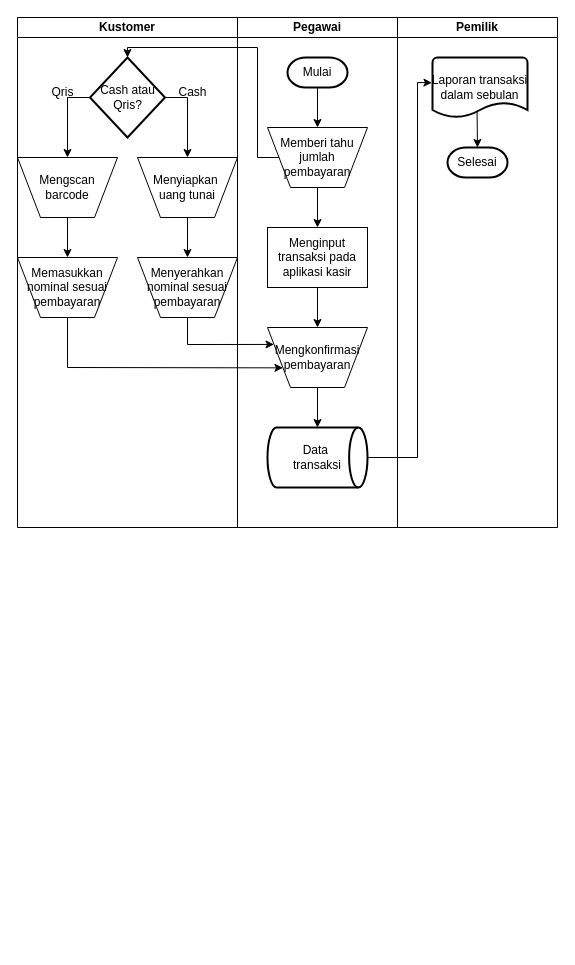
Before: Sistem Flow Barbershop[.drawio in yogadwipayana/ERD, a draw.io diagram. Source tidied: cells renumbered, new cells numbered last; positions are measured from the earlier drawing's top-left corner, leaving out a move shared by most shapes. Both pictures are drawn from the tidied source at 100%, with x=0, y=0 at pixel (17, 17).
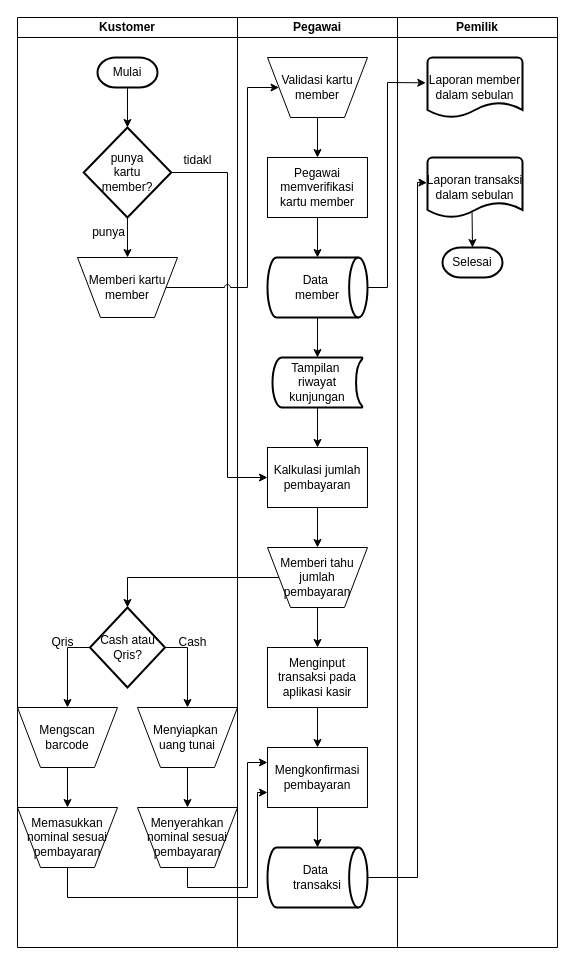
The same page after the edit.

What changed in the source:
```diff
@@
     <mxCell id="2" value="Kustomer" style="swimlane;startSize=20;whiteSpace=wrap;html=1;" parent="1" vertex="1">
-      <mxGeometry width="220" height="510" as="geometry" />
+      <mxGeometry width="220" height="930" as="geometry" />
     </mxCell>
+    <mxCell id="32" value="punya&lt;div&gt;kartu&lt;/div&gt;&lt;div&gt;member?&lt;/div&gt;" style="strokeWidth=2;html=1;shape=mxgraph.flowchart.decision;whiteSpace=wrap;" parent="2" vertex="1">
+      <mxGeometry x="66.2" y="110" width="87.5" height="90" as="geometry" />
+    </mxCell>
+    <mxCell id="15" value="Mulai" style="strokeWidth=2;html=1;shape=mxgraph.flowchart.terminator;whiteSpace=wrap;" parent="2" vertex="1">
+      <mxGeometry x="80" y="40" width="60" height="30" as="geometry" />
+    </mxCell>
+    <mxCell id="33" style="endArrow=classic;html=1;rounded=0;exitX=0.5;exitY=1;exitDx=0;exitDy=0;exitPerimeter=0;entryX=0.5;entryY=0;entryDx=0;entryDy=0;entryPerimeter=0;" parent="2" edge="1" source="15" target="32">
+      <mxGeometry relative="1" as="geometry" />
+    </mxCell>
+    <mxCell id="34" value="Memberi kartu member" style="verticalLabelPosition=middle;verticalAlign=middle;html=1;shape=trapezoid;perimeter=trapezoidPerimeter;whiteSpace=wrap;size=0.23;arcSize=10;flipV=1;labelPosition=center;align=center;" parent="2" vertex="1">
+      <mxGeometry x="60" y="240" width="100" height="60" as="geometry" />
+    </mxCell>
+    <mxCell id="35" style="endArrow=classic;html=1;rounded=0;entryX=0.5;entryY=0;entryDx=0;entryDy=0;exitX=0.5;exitY=1;exitDx=0;exitDy=0;exitPerimeter=0;" parent="2" edge="1" source="32" target="34">
+      <mxGeometry relative="1" as="geometry" />
+    </mxCell>
+    <mxCell id="36" value="punya" style="text;html=1;align=center;verticalAlign=middle;strokeColor=none;fillColor=none;" parent="2" vertex="1">
+      <mxGeometry x="61.2" y="200" width="60" height="30" as="geometry" />
+    </mxCell>
     <mxCell id="3" value="Cash atau&lt;div&gt;Qris?&lt;/div&gt;" style="strokeWidth=2;html=1;shape=mxgraph.flowchart.decision;whiteSpace=wrap;" parent="2" vertex="1">
-      <mxGeometry x="72.5" y="40" width="75" height="80" as="geometry" />
+      <mxGeometry x="72.5" y="590" width="75" height="80" as="geometry" />
     </mxCell>
     <mxCell id="4" value="Mengscan&lt;div&gt;barcode&lt;/div&gt;" style="verticalLabelPosition=middle;verticalAlign=middle;html=1;shape=trapezoid;perimeter=trapezoidPerimeter;whiteSpace=wrap;size=0.23;arcSize=10;flipV=1;labelPosition=center;align=center;" parent="2" vertex="1">
-      <mxGeometry y="140" width="100" height="60" as="geometry" />
+      <mxGeometry y="690" width="100" height="60" as="geometry" />
     </mxCell>
     <mxCell id="5" value="Menyiapkan&amp;nbsp;&lt;div&gt;uang tunai&lt;/div&gt;" style="verticalLabelPosition=middle;verticalAlign=middle;html=1;shape=trapezoid;perimeter=trapezoidPerimeter;whiteSpace=wrap;size=0.23;arcSize=10;flipV=1;labelPosition=center;align=center;" parent="2" vertex="1">
-      <mxGeometry x="120" y="140" width="100" height="60" as="geometry" />
+      <mxGeometry x="120" y="690" width="100" height="60" as="geometry" />
     </mxCell>
     <mxCell id="6" style="endArrow=classic;html=1;rounded=0;exitX=0;exitY=0.5;exitDx=0;exitDy=0;exitPerimeter=0;entryX=0.5;entryY=0;entryDx=0;entryDy=0;" parent="2" edge="1" source="3" target="4">
       <mxGeometry relative="1" as="geometry">
         <Array as="points">
-          <mxPoint x="50" y="80" />
+          <mxPoint x="50" y="630" />
         </Array>
       </mxGeometry>
     </mxCell>
     <mxCell id="7" style="endArrow=classic;html=1;rounded=0;exitX=1;exitY=0.5;exitDx=0;exitDy=0;exitPerimeter=0;entryX=0.5;entryY=0;entryDx=0;entryDy=0;" parent="2" edge="1" source="3" target="5">
       <mxGeometry relative="1" as="geometry">
         <Array as="points">
-          <mxPoint x="170" y="80" />
+          <mxPoint x="170" y="630" />
         </Array>
       </mxGeometry>
     </mxCell>
     <mxCell id="8" value="Cash" style="text;html=1;align=center;verticalAlign=middle;strokeColor=none;fillColor=none;" parent="2" vertex="1">
-      <mxGeometry x="150" y="60" width="50" height="30" as="geometry" />
+      <mxGeometry x="150" y="610" width="50" height="30" as="geometry" />
     </mxCell>
     <mxCell id="9" value="Qris" style="text;html=1;align=center;verticalAlign=middle;strokeColor=none;fillColor=none;" parent="2" vertex="1">
-      <mxGeometry x="20" y="60" width="50" height="30" as="geometry" />
+      <mxGeometry x="20" y="610" width="50" height="30" as="geometry" />
     </mxCell>
     <mxCell id="10" value="Memasukkan nominal sesuai&lt;div&gt;pembayaran&lt;/div&gt;" style="verticalLabelPosition=middle;verticalAlign=middle;html=1;shape=trapezoid;perimeter=trapezoidPerimeter;whiteSpace=wrap;size=0.23;arcSize=10;flipV=1;labelPosition=center;align=center;" parent="2" vertex="1">
-      <mxGeometry y="240" width="100" height="60" as="geometry" />
+      <mxGeometry y="790" width="100" height="60" as="geometry" />
     </mxCell>
     <mxCell id="11" value="Menyerahkan&lt;div&gt;nominal sesuai&lt;div&gt;pembayaran&lt;/div&gt;&lt;/div&gt;" style="verticalLabelPosition=middle;verticalAlign=middle;html=1;shape=trapezoid;perimeter=trapezoidPerimeter;whiteSpace=wrap;size=0.23;arcSize=10;flipV=1;labelPosition=center;align=center;" parent="2" vertex="1">
-      <mxGeometry x="120" y="240" width="100" height="60" as="geometry" />
+      <mxGeometry x="120" y="790" width="100" height="60" as="geometry" />
     </mxCell>
@@
     <mxCell id="14" value="Pegawai" style="swimlane;startSize=20;whiteSpace=wrap;html=1;" parent="1" vertex="1">
-      <mxGeometry x="220" width="160" height="510" as="geometry" />
+      <mxGeometry x="220" width="160" height="930" as="geometry" />
     </mxCell>
-    <mxCell id="15" value="Mulai" style="strokeWidth=2;html=1;shape=mxgraph.flowchart.terminator;whiteSpace=wrap;" parent="14" vertex="1">
-      <mxGeometry x="50" y="40" width="60" height="30" as="geometry" />
-    </mxCell>
+    <mxCell id="37" value="Validasi kartu member" style="verticalLabelPosition=middle;verticalAlign=middle;html=1;shape=trapezoid;perimeter=trapezoidPerimeter;whiteSpace=wrap;size=0.23;arcSize=10;flipV=1;labelPosition=center;align=center;" parent="14" vertex="1">
+      <mxGeometry x="30" y="40" width="100" height="60" as="geometry" />
+    </mxCell>
+    <mxCell id="38" value="&lt;div&gt;&lt;span style=&quot;background-color: transparent; color: light-dark(rgb(0, 0, 0), rgb(255, 255, 255));&quot;&gt;Pegawai memverifikasi kartu member&lt;/span&gt;&lt;/div&gt;" style="whiteSpace=wrap;html=1;" parent="14" vertex="1">
+      <mxGeometry x="30" y="140" width="100" height="60" as="geometry" />
+    </mxCell>
+    <mxCell id="39" value="Tampilan&amp;nbsp;&lt;div&gt;riwayat&lt;/div&gt;&lt;div&gt;kunjungan&lt;/div&gt;" style="strokeWidth=2;html=1;shape=mxgraph.flowchart.stored_data;whiteSpace=wrap;" parent="14" vertex="1">
+      <mxGeometry x="35" y="340" width="90" height="50" as="geometry" />
+    </mxCell>
+    <mxCell id="40" style="endArrow=classic;html=1;rounded=0;exitX=0.5;exitY=1;exitDx=0;exitDy=0;" parent="14" edge="1" source="37" target="38">
+      <mxGeometry relative="1" as="geometry" />
+    </mxCell>
+    <mxCell id="41" style="endArrow=classic;html=1;rounded=0;exitX=0.5;exitY=1;exitDx=0;exitDy=0;entryX=0.5;entryY=0;entryDx=0;entryDy=0;entryPerimeter=0;" parent="14" edge="1" source="38" target="44">
+      <mxGeometry relative="1" as="geometry" />
+    </mxCell>
+    <mxCell id="42" value="&lt;div&gt;&lt;span style=&quot;background-color: transparent; color: light-dark(rgb(0, 0, 0), rgb(255, 255, 255));&quot;&gt;Kalkulasi jumlah pembayaran&lt;/span&gt;&lt;/div&gt;" style="whiteSpace=wrap;html=1;" parent="14" vertex="1">
+      <mxGeometry x="30" y="430" width="100" height="60" as="geometry" />
+    </mxCell>
     <mxCell id="16" value="Memberi tahu&lt;div&gt;jumlah&lt;/div&gt;&lt;div&gt;pembayaran&lt;/div&gt;" style="verticalLabelPosition=middle;verticalAlign=middle;html=1;shape=trapezoid;perimeter=trapezoidPerimeter;whiteSpace=wrap;size=0.23;arcSize=10;flipV=1;labelPosition=center;align=center;" parent="14" vertex="1">
-      <mxGeometry x="30" y="110" width="100" height="60" as="geometry" />
+      <mxGeometry x="30" y="530" width="100" height="60" as="geometry" />
     </mxCell>
-    <mxCell id="17" style="endArrow=classic;html=1;rounded=0;exitX=0.5;exitY=1;exitDx=0;exitDy=0;exitPerimeter=0;entryX=0.5;entryY=0;entryDx=0;entryDy=0;" parent="14" edge="1" source="15" target="16">
-      <mxGeometry relative="1" as="geometry" />
-    </mxCell>
-    <mxCell id="18" value="Mengkonfirmasi&lt;br&gt;&lt;div&gt;pembayaran&lt;/div&gt;" style="verticalLabelPosition=middle;verticalAlign=middle;html=1;shape=trapezoid;perimeter=trapezoidPerimeter;whiteSpace=wrap;size=0.23;arcSize=10;flipV=1;labelPosition=center;align=center;" parent="14" vertex="1">
-      <mxGeometry x="30" y="310" width="100" height="60" as="geometry" />
+    <mxCell id="18" value="Mengkonfirmasi&lt;br&gt;&lt;div&gt;pembayaran&lt;/div&gt;" style="whiteSpace=wrap;html=1;" parent="14" vertex="1">
+      <mxGeometry x="30" y="730" width="100" height="60" as="geometry" />
     </mxCell>
@@
     <mxCell id="20" value="&lt;div&gt;&lt;span style=&quot;background-color: transparent; color: light-dark(rgb(0, 0, 0), rgb(255, 255, 255));&quot;&gt;Menginput transaksi pada aplikasi kasir&lt;/span&gt;&lt;/div&gt;" style="whiteSpace=wrap;html=1;" parent="14" vertex="1">
-      <mxGeometry x="30" y="210" width="100" height="60" as="geometry" />
+      <mxGeometry x="30" y="630" width="100" height="60" as="geometry" />
     </mxCell>
@@
     <mxCell id="23" value="Data&amp;nbsp;&lt;div&gt;transaksi&lt;/div&gt;" style="strokeWidth=2;html=1;shape=mxgraph.flowchart.direct_data;whiteSpace=wrap;" parent="14" vertex="1">
-      <mxGeometry x="30" y="410" width="100" height="60" as="geometry" />
+      <mxGeometry x="30" y="830" width="100" height="60" as="geometry" />
     </mxCell>
+    <mxCell id="43" style="endArrow=classic;html=1;rounded=0;exitX=0.5;exitY=1;exitDx=0;exitDy=0;" parent="14" edge="1" source="42" target="16">
+      <mxGeometry relative="1" as="geometry" />
+    </mxCell>
+    <mxCell id="44" value="Data&amp;nbsp;&lt;div&gt;member&lt;/div&gt;" style="strokeWidth=2;html=1;shape=mxgraph.flowchart.direct_data;whiteSpace=wrap;" parent="14" vertex="1">
+      <mxGeometry x="30" y="240" width="100" height="60" as="geometry" />
+    </mxCell>
+    <mxCell id="45" style="endArrow=classic;html=1;rounded=0;exitX=0.5;exitY=1;exitDx=0;exitDy=0;exitPerimeter=0;" parent="14" edge="1" source="44">
+      <mxGeometry relative="1" as="geometry">
+        <mxPoint x="80" y="340" as="targetPoint" />
+      </mxGeometry>
+    </mxCell>
+    <mxCell id="46" style="endArrow=classic;html=1;rounded=0;exitX=0.5;exitY=1;exitDx=0;exitDy=0;exitPerimeter=0;entryX=0.5;entryY=0;entryDx=0;entryDy=0;" parent="14" edge="1" source="39" target="42">
+      <mxGeometry relative="1" as="geometry" />
+    </mxCell>
     <mxCell id="24" value="Pemilik" style="swimlane;startSize=20;whiteSpace=wrap;html=1;" parent="1" vertex="1">
-      <mxGeometry x="380" width="160" height="510" as="geometry" />
+      <mxGeometry x="380" width="160" height="930" as="geometry" />
     </mxCell>
     <mxCell id="25" value="Laporan&amp;nbsp;&lt;span style=&quot;background-color: transparent; color: light-dark(rgb(0, 0, 0), rgb(255, 255, 255));&quot;&gt;transaksi&lt;/span&gt;&lt;div&gt;dalam sebulan&lt;/div&gt;" style="strokeWidth=2;html=1;shape=mxgraph.flowchart.document2;whiteSpace=wrap;size=0.25;" parent="24" vertex="1">
-      <mxGeometry x="35" y="40" width="95" height="60" as="geometry" />
+      <mxGeometry x="30" y="140" width="95" height="60" as="geometry" />
     </mxCell>
     <mxCell id="26" value="Selesai" style="strokeWidth=2;html=1;shape=mxgraph.flowchart.terminator;whiteSpace=wrap;" parent="24" vertex="1">
-      <mxGeometry x="50" y="130" width="60" height="30" as="geometry" />
+      <mxGeometry x="45" y="230" width="60" height="30" as="geometry" />
     </mxCell>
@@
+    <mxCell id="47" value="Laporan&amp;nbsp;&lt;span style=&quot;background-color: transparent; color: light-dark(rgb(0, 0, 0), rgb(255, 255, 255));&quot;&gt;member&lt;/span&gt;&lt;div&gt;dalam sebulan&lt;/div&gt;" style="strokeWidth=2;html=1;shape=mxgraph.flowchart.document2;whiteSpace=wrap;size=0.25;" parent="24" vertex="1">
+      <mxGeometry x="30" y="40" width="95" height="60" as="geometry" />
+    </mxCell>
+    <mxCell id="31" style="endArrow=classic;html=1;rounded=0;exitX=1;exitY=0.5;exitDx=0;exitDy=0;entryX=-0.006;entryY=0.421;entryDx=0;entryDy=0;entryPerimeter=0;exitPerimeter=0;" parent="1" edge="1" source="23" target="25">
+      <mxGeometry relative="1" as="geometry">
+        <Array as="points">
+          <mxPoint x="400" y="860" />
+          <mxPoint x="400" y="165" />
+        </Array>
+      </mxGeometry>
+    </mxCell>
+    <mxCell id="48" value="tidakl" style="text;html=1;align=center;verticalAlign=middle;strokeColor=none;fillColor=none;" parent="1" vertex="1">
+      <mxGeometry x="155" y="128" width="50" height="30" as="geometry" />
+    </mxCell>
+    <mxCell id="49" style="endArrow=classic;html=1;rounded=0;exitX=1;exitY=0.5;exitDx=0;exitDy=0;exitPerimeter=0;entryX=0;entryY=0.5;entryDx=0;entryDy=0;" parent="1" edge="1" source="32" target="42">
+      <mxGeometry relative="1" as="geometry">
+        <Array as="points">
+          <mxPoint x="210" y="155" />
+          <mxPoint x="210" y="460" />
+        </Array>
+      </mxGeometry>
+    </mxCell>
+    <mxCell id="50" style="endArrow=classic;html=1;rounded=0;exitX=1;exitY=0.5;exitDx=0;exitDy=0;entryX=0;entryY=0.5;entryDx=0;entryDy=0;jumpStyle=arc;" parent="1" edge="1" source="34" target="37">
+      <mxGeometry relative="1" as="geometry">
+        <Array as="points">
+          <mxPoint x="230" y="270" />
+          <mxPoint x="230" y="70" />
+        </Array>
+      </mxGeometry>
+    </mxCell>
+    <mxCell id="51" style="endArrow=classic;html=1;rounded=0;exitX=1;exitY=0.5;exitDx=0;exitDy=0;exitPerimeter=0;entryX=-0.018;entryY=0.422;entryDx=0;entryDy=0;entryPerimeter=0;" parent="1" edge="1" source="44" target="47">
+      <mxGeometry relative="1" as="geometry">
+        <Array as="points">
+          <mxPoint x="370" y="270" />
+          <mxPoint x="370" y="65" />
+        </Array>
+      </mxGeometry>
+    </mxCell>
     <mxCell id="28" style="endArrow=classic;html=1;rounded=0;exitX=0;exitY=0.5;exitDx=0;exitDy=0;entryX=0.5;entryY=0;entryDx=0;entryDy=0;entryPerimeter=0;" parent="1" edge="1" source="16" target="3">
       <mxGeometry relative="1" as="geometry">
         <Array as="points">
-          <mxPoint x="240" y="140" />
-          <mxPoint x="240" y="30" />
-          <mxPoint x="110" y="30" />
+          <mxPoint x="110" y="560" />
         </Array>
       </mxGeometry>
     </mxCell>
     <mxCell id="29" style="endArrow=classic;html=1;rounded=0;exitX=0.5;exitY=1;exitDx=0;exitDy=0;entryX=0;entryY=0.75;entryDx=0;entryDy=0;" parent="1" edge="1" source="10" target="18">
       <mxGeometry relative="1" as="geometry">
         <Array as="points">
-          <mxPoint x="50" y="350" />
+          <mxPoint x="50" y="880" />
+          <mxPoint x="240" y="880" />
+          <mxPoint x="240" y="775" />
         </Array>
       </mxGeometry>
     </mxCell>
     <mxCell id="30" style="endArrow=classic;html=1;rounded=0;exitX=0.5;exitY=1;exitDx=0;exitDy=0;entryX=0;entryY=0.25;entryDx=0;entryDy=0;" parent="1" edge="1" source="11" target="18">
       <mxGeometry relative="1" as="geometry">
         <Array as="points">
-          <mxPoint x="170" y="327" />
+          <mxPoint x="170" y="870" />
+          <mxPoint x="230" y="870" />
+          <mxPoint x="230" y="745" />
         </Array>
       </mxGeometry>
     </mxCell>
-    <mxCell id="31" style="endArrow=classic;html=1;rounded=0;exitX=1;exitY=0.5;exitDx=0;exitDy=0;entryX=-0.006;entryY=0.421;entryDx=0;entryDy=0;entryPerimeter=0;exitPerimeter=0;" parent="1" edge="1" source="23" target="25">
-      <mxGeometry relative="1" as="geometry">
-        <Array as="points">
-          <mxPoint x="400" y="440" />
-          <mxPoint x="400" y="65" />
-        </Array>
-      </mxGeometry>
-    </mxCell>
```
